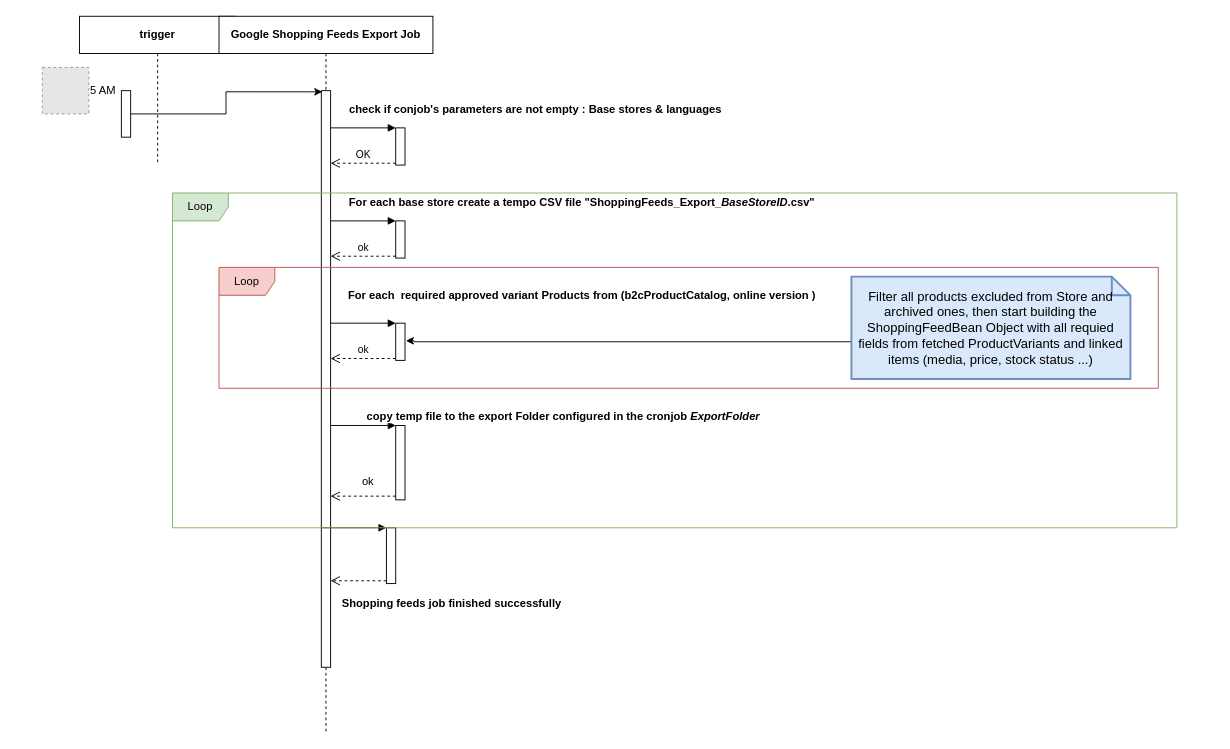
This is channelPilot.drawio from MudBloodArchitekt/draw.io, a draw.io file, before an edit. Source tidied: cells renumbered, new cells numbered last; positions are measured from the earlier drawing's top-left corner, leaving out a move shared by most shapes. Both pictures are drawn from the tidied source at 93%, with x=0, y=0 at pixel (42, 16). Pictures stored in the file or linked from it are replaced by grey dashed boxes.
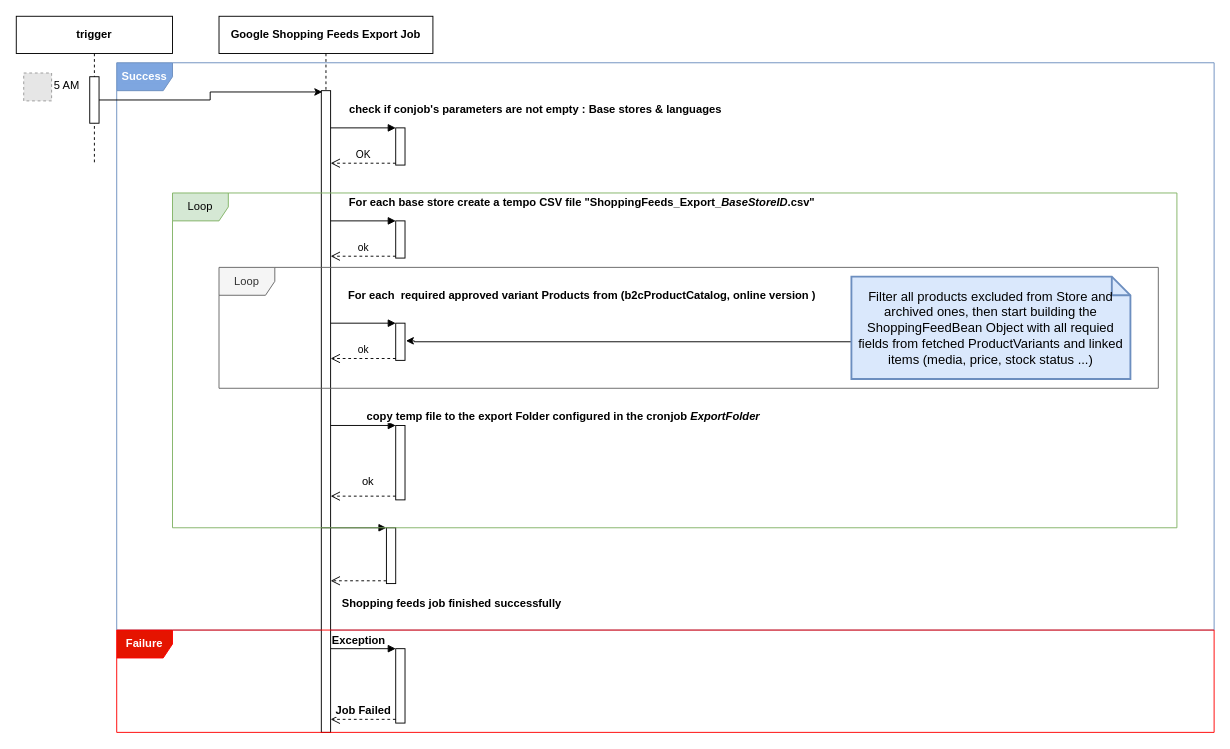
The same page after the edit.

Unchanged cells that the change refers to:
```xml
<mxCell id="5" value="&lt;b&gt;Google Shopping Feeds Export Job&lt;/b&gt;" style="shape=umlLifeline;perimeter=lifelinePerimeter;whiteSpace=wrap;html=1;" parent="1" vertex="1">
  <mxGeometry x="190" width="230" height="770" as="geometry" />
</mxCell>
```

Diff of the diagram source:
```diff
@@
-<mxGraphModel>
+<mxGraphModel background="#ffffff">
@@
+    <mxCell id="28" value="Success" style="shape=umlFrame;whiteSpace=wrap;html=1;labelBackgroundColor=#7EA6E0;strokeWidth=1;fontSize=12;fillColor=#7EA6E0;strokeColor=#6c8ebf;fontStyle=1;fontColor=#FFFFFF;" parent="1" vertex="1">
+      <mxGeometry x="80" y="50" width="1180" height="610" as="geometry" />
+    </mxCell>
     <mxCell id="2" value="&lt;b&gt;trigger&lt;/b&gt;" style="shape=umlLifeline;perimeter=lifelinePerimeter;whiteSpace=wrap;html=1;" parent="1" vertex="1">
-      <mxGeometry x="40" width="168" height="160" as="geometry" />
+      <mxGeometry x="-28" width="168" height="160" as="geometry" />
     </mxCell>
     <mxCell id="3" style="html=1;points=[];perimeter=orthogonalPerimeter;" parent="2" vertex="1">
-      <mxGeometry x="45" y="80" width="10" height="50" as="geometry" />
+      <mxGeometry x="79" y="65" width="10" height="50" as="geometry" />
     </mxCell>
     <mxCell id="4" value="5 AM" style="text;html=1;align=center;verticalAlign=middle;strokeColor=none;fillColor=none;fontSize=12;fontColor=#000000;" parent="2" vertex="1">
-      <mxGeometry y="65" width="50" height="30" as="geometry" />
+      <mxGeometry x="29" y="60" width="50" height="30" as="geometry" />
     </mxCell>
@@
     <mxCell id="6" style="html=1;points=[];perimeter=orthogonalPerimeter;" parent="5" vertex="1">
-      <mxGeometry x="110" y="80" width="10" height="620" as="geometry" />
+      <mxGeometry x="110" y="80" width="10" height="690" as="geometry" />
     </mxCell>
@@
+    <mxCell id="29" style="html=1;points=[];perimeter=orthogonalPerimeter;labelBackgroundColor=#7EA6E0;strokeWidth=1;fontSize=12;fontColor=#000000;" parent="5" vertex="1">
+      <mxGeometry x="190" y="680" width="10" height="80" as="geometry" />
+    </mxCell>
+    <mxCell id="30" value="&lt;b&gt;Exception&lt;/b&gt;" style="html=1;verticalAlign=bottom;endArrow=block;entryX=0;entryY=0;rounded=0;fontSize=12;fontColor=#000000;" parent="5" edge="1" target="29">
+      <mxGeometry x="-0.14" relative="1" as="geometry">
+        <mxPoint x="120" y="680" as="sourcePoint" />
+      </mxGeometry>
+    </mxCell>
+    <mxCell id="31" value="&lt;b&gt;Job Failed&lt;br&gt;&lt;/b&gt;" style="html=1;verticalAlign=bottom;endArrow=open;dashed=1;endSize=8;exitX=0;exitY=0.95;rounded=0;fontSize=12;fontColor=#000000;" parent="5" edge="1" source="29">
+      <mxGeometry relative="1" as="geometry">
+        <mxPoint x="120" y="756" as="targetPoint" />
+      </mxGeometry>
+    </mxCell>
@@
+    <mxCell id="26" style="edgeStyle=orthogonalEdgeStyle;rounded=0;jettySize=auto;html=1;entryX=0.1;entryY=0.002;entryDx=0;entryDy=0;entryPerimeter=0;fontSize=12;fontColor=#000000;" parent="1" edge="1" source="3" target="6">
+      <mxGeometry relative="1" as="geometry" />
+    </mxCell>
+    <mxCell id="27" style="fillColor=#E6E6E6;strokeColor=#999999;dashed=1;html=1;verticalAlign=top;verticalLabelPosition=bottom;labelBackgroundColor=#ffffff;fontSize=12;fontColor=#000000;" parent="1" vertex="1">
+      <mxGeometry x="-20" y="61" width="30" height="30" as="geometry" />
+    </mxCell>
-    <mxCell id="24" value="Loop" style="shape=umlFrame;whiteSpace=wrap;html=1;fontSize=12;fillColor=#f8cecc;strokeColor=#b85450;" parent="1" vertex="1">
+    <mxCell id="24" value="Loop" style="shape=umlFrame;whiteSpace=wrap;html=1;fontSize=12;fillColor=#f5f5f5;strokeColor=#666666;fontColor=#333333;" parent="1" vertex="1">
       <mxGeometry x="190" y="270" width="1010" height="130" as="geometry" />
     </mxCell>
-    <mxCell id="25" value="Loop" style="shape=umlFrame;whiteSpace=wrap;html=1;fontSize=12;fillColor=#d5e8d4;strokeColor=#82b366;" parent="1" vertex="1">
+    <mxCell id="25" value="Loop" style="shape=umlFrame;whiteSpace=wrap;html=1;fontSize=12;fillColor=#d5e8d4;strokeColor=#82b366;strokeWidth=1;" parent="1" vertex="1">
       <mxGeometry x="140" y="190" width="1080" height="360" as="geometry" />
     </mxCell>
-    <mxCell id="26" style="edgeStyle=orthogonalEdgeStyle;rounded=0;jettySize=auto;html=1;entryX=0.1;entryY=0.002;entryDx=0;entryDy=0;entryPerimeter=0;fontSize=12;fontColor=#000000;" parent="1" edge="1" source="3" target="6">
-      <mxGeometry relative="1" as="geometry" />
-    </mxCell>
-    <mxCell id="27" style="fillColor=#E6E6E6;strokeColor=#999999;dashed=1;html=1;verticalAlign=top;verticalLabelPosition=bottom;labelBackgroundColor=#ffffff;fontSize=12;fontColor=#000000;" parent="1" vertex="1">
-      <mxGeometry y="55" width="50" height="50" as="geometry" />
-    </mxCell>
+    <mxCell id="32" value="&lt;b&gt;Failure&lt;/b&gt;" style="shape=umlFrame;whiteSpace=wrap;html=1;labelBackgroundColor=none;strokeWidth=1;fontSize=12;fillColor=#e51400;strokeColor=#FF0000;fontColor=#ffffff;" parent="1" vertex="1">
+      <mxGeometry x="80" y="660" width="1180" height="110" as="geometry" />
+    </mxCell>
```
